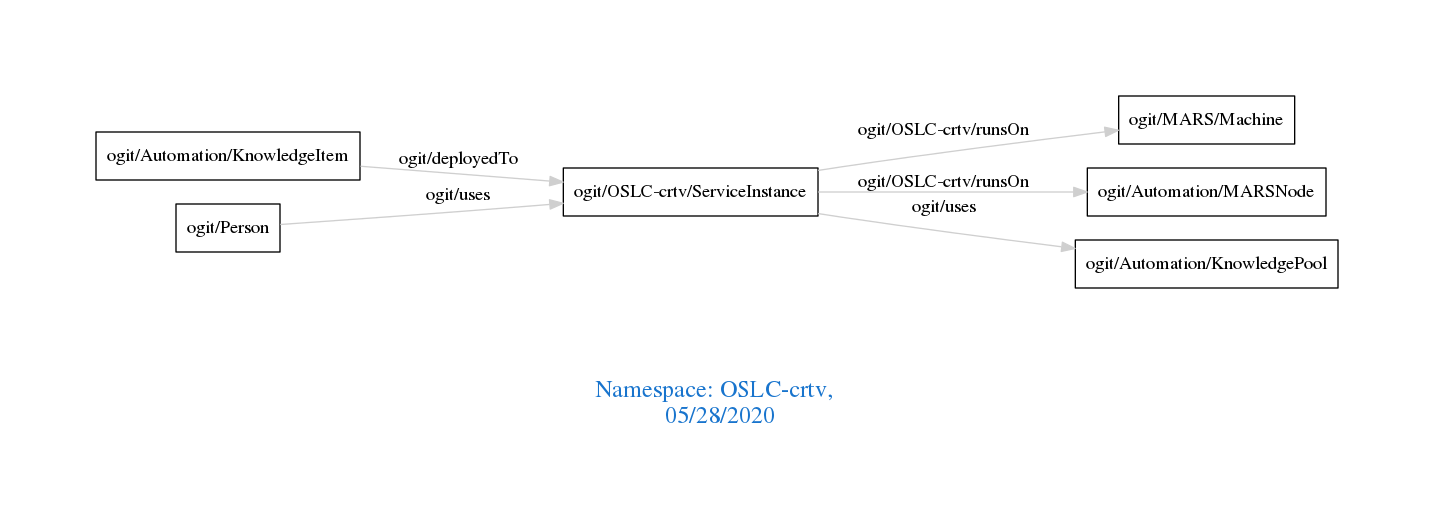
The Graphviz diagram downloads/OSLC-crtv.png in arago/OGIT, before a commit. Its source is kept beside it as downloads/OSLC-crtv.dot.
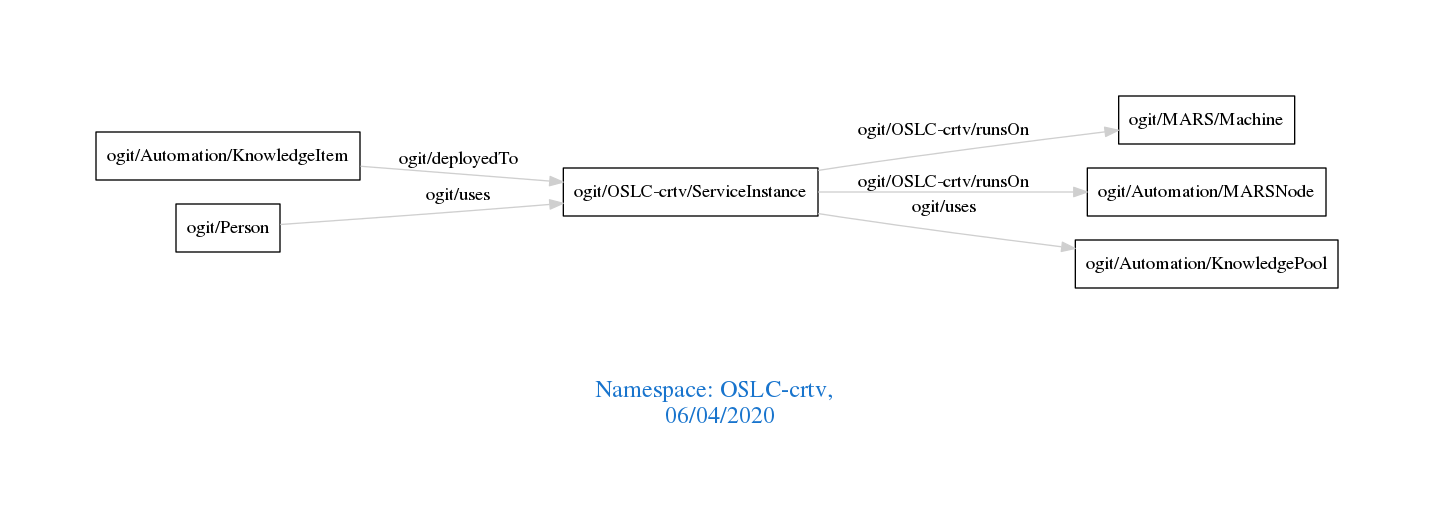
The same file after the commit.

Change to the diagram source:
```diff
@@ -1,7 +1,7 @@
 digraph OGIT_ontology {
  graph [ rankdir= LR,pad=1
 fontsize = 18,
-fontcolor= dodgerblue3,label = "\n\n\nNamespace: OSLC-crtv, \n 05/28/2020"];
+fontcolor= dodgerblue3,label = "\n\n\nNamespace: OSLC-crtv, \n 06/04/2020"];
 node[shape=polygon];
 edge [  color="gray81"];
 
```
